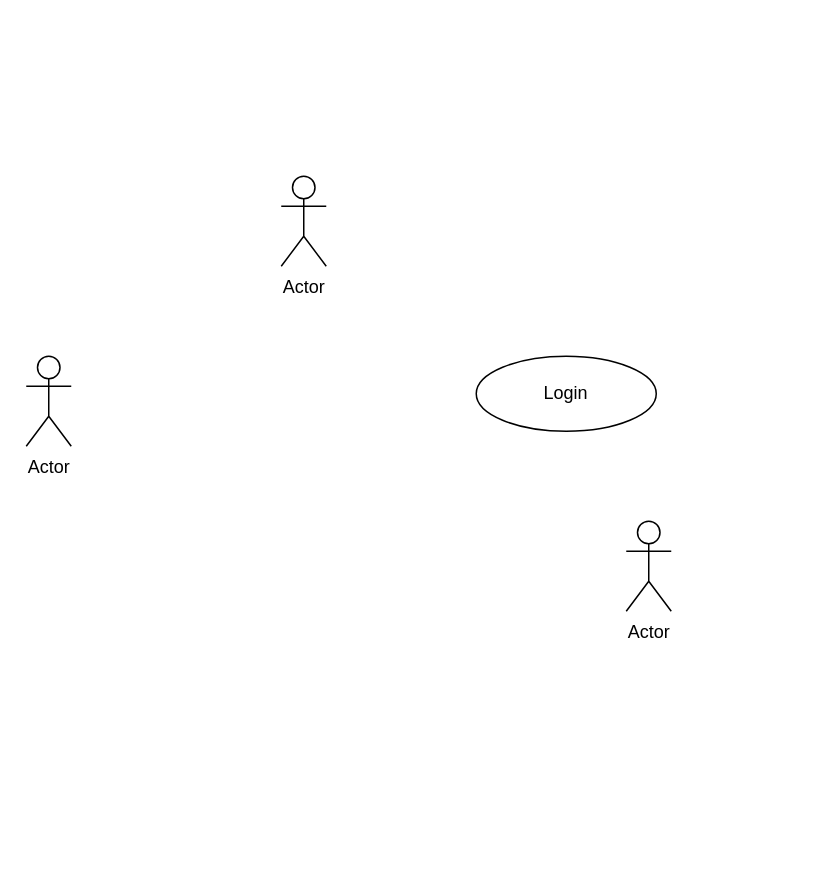
Earlier version of the draw.io diagram Use Case Diagram.drawio (ahmadzakiakmal/Gama-CommuteCast). Source tidied: cells renumbered, new cells numbered last; positions are measured from the earlier drawing's top-left corner, leaving out a move shared by most shapes. Both pictures are drawn from the tidied source at 150%, with x=0, y=0 at pixel (26, 176).
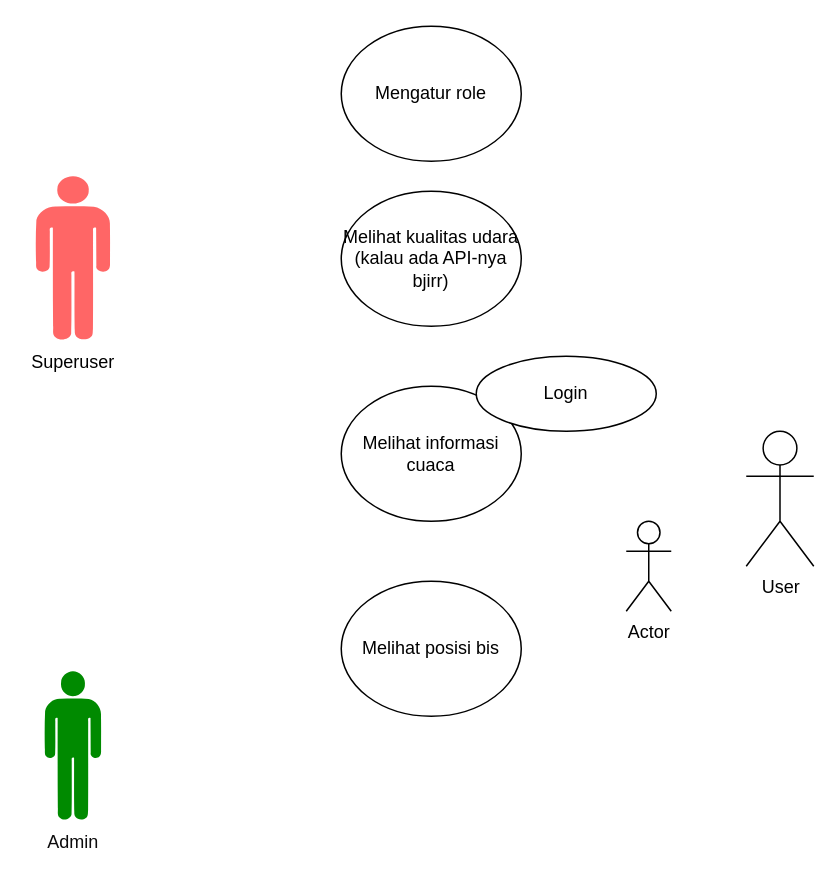
Above is the later version.

What changed in the source:
```diff
@@
 <mxGraphModel>
   <root>
     <mxCell id="0" />
     <mxCell id="1" parent="0" />
-    <mxCell id="2" value="Actor" style="shape=umlActor;verticalLabelPosition=bottom;verticalAlign=top;html=1;" parent="1" vertex="1">
-      <mxGeometry y="120" width="30" height="60" as="geometry" />
-    </mxCell>
+    <mxCell id="6" value="User" style="shape=umlActor;verticalLabelPosition=bottom;verticalAlign=top;html=1;" parent="1" vertex="1">
+      <mxGeometry x="480" y="170" width="45" height="90" as="geometry" />
+    </mxCell>
+    <mxCell id="7" value="Superuser" style="verticalLabelPosition=bottom;sketch=0;html=1;fillColor=#FF6666;verticalAlign=top;align=center;shape=mxgraph.cisco_safe.design.actor_2;" parent="1" vertex="1">
+      <mxGeometry x="6" width="50" height="110" as="geometry" />
+    </mxCell>
+    <mxCell id="8" value="Melihat informasi cuaca" style="ellipse;whiteSpace=wrap;html=1;" parent="1" vertex="1">
+      <mxGeometry x="210" y="140" width="120" height="90" as="geometry" />
+    </mxCell>
+    <mxCell id="9" value="Melihat posisi bis" style="ellipse;whiteSpace=wrap;html=1;" parent="1" vertex="1">
+      <mxGeometry x="210" y="270" width="120" height="90" as="geometry" />
+    </mxCell>
+    <mxCell id="10" value="&lt;font color=&quot;#0d0c0d&quot;&gt;Admin&lt;/font&gt;" style="verticalLabelPosition=bottom;sketch=0;html=1;fillColor=#008a00;verticalAlign=top;align=center;shape=mxgraph.cisco_safe.design.actor_2;strokeColor=#005700;fontColor=#ffffff;" parent="1" vertex="1">
+      <mxGeometry x="12" y="330" width="38" height="100" as="geometry" />
+    </mxCell>
+    <mxCell id="11" value="Melihat kualitas udara (kalau ada API-nya bjirr)" style="ellipse;whiteSpace=wrap;html=1;" parent="1" vertex="1">
+      <mxGeometry x="210" y="10" width="120" height="90" as="geometry" />
+    </mxCell>
+    <mxCell id="12" value="Mengatur role" style="ellipse;whiteSpace=wrap;html=1;" parent="1" vertex="1">
+      <mxGeometry x="210" y="-100" width="120" height="90" as="geometry" />
+    </mxCell>
     <mxCell id="3" value="Actor" style="shape=umlActor;verticalLabelPosition=bottom;verticalAlign=top;html=1;" parent="1" vertex="1">
       <mxGeometry x="400" y="230" width="30" height="60" as="geometry" />
     </mxCell>
-    <mxCell id="4" value="Actor" style="shape=umlActor;verticalLabelPosition=bottom;verticalAlign=top;html=1;" parent="1" vertex="1">
-      <mxGeometry x="170" width="30" height="60" as="geometry" />
-    </mxCell>
     <mxCell id="5" value="Login" style="ellipse;whiteSpace=wrap;html=1;" parent="1" vertex="1">
       <mxGeometry x="300" y="120" width="120" height="50" as="geometry" />
     </mxCell>
   </root>
 </mxGraphModel>
```
